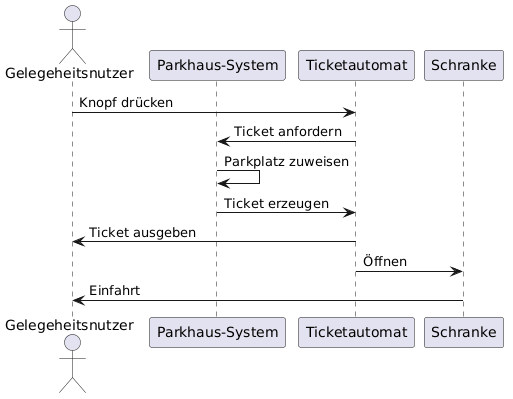
The PlantUML diagram documentation/diagrams/Einfahrt_Gelegenheitsnutzer.png in Adyrem/parking, before a commit. The source it was exported from:
```plantuml
@startuml
actor Gelegeheitsnutzer
participant "Parkhaus-System" as System
participant "Ticketautomat" as Automat
participant "Schranke" as Gate

Gelegeheitsnutzer -> Automat : Knopf drücken
Automat -> System : Ticket anfordern
System -> System : Parkplatz zuweisen
System -> Automat : Ticket erzeugen
Automat -> Gelegeheitsnutzer : Ticket ausgeben

Automat -> Gate : Öffnen
Gate -> Gelegeheitsnutzer : Einfahrt
@enduml
```
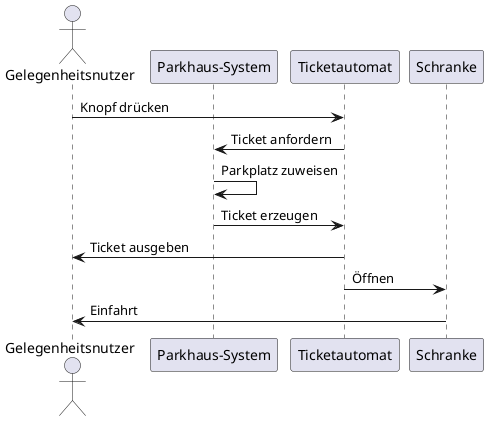
The same file after the commit.

Diff of the diagram source:
```diff
@@ -1,15 +1,16 @@
 @startuml
-actor Gelegeheitsnutzer
+actor Gelegenheitsnutzer
 participant "Parkhaus-System" as System
 participant "Ticketautomat" as Automat
 participant "Schranke" as Gate
 
-Gelegeheitsnutzer -> Automat : Knopf drücken
+Gelegenheitsnutzer -> Automat : Knopf drücken
 Automat -> System : Ticket anfordern
 System -> System : Parkplatz zuweisen
 System -> Automat : Ticket erzeugen
-Automat -> Gelegeheitsnutzer : Ticket ausgeben
+Automat -> Gelegenheitsnutzer : Ticket ausgeben
 
 Automat -> Gate : Öffnen
-Gate -> Gelegeheitsnutzer : Einfahrt
+Gate -> Gelegenheitsnutzer : Einfahrt
+
 @enduml
```
